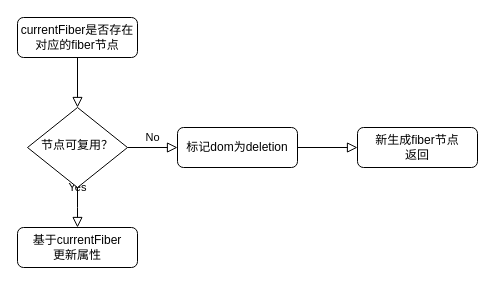
Earlier version of the draw.io diagram singleElementDIff.drawio (littlelady2015/yctea). Source tidied: cells renumbered, new cells numbered last; positions are measured from the earlier drawing's top-left corner, leaving out a move shared by most shapes. Both pictures are drawn from the tidied source at 100%, with x=0, y=0 at pixel (17, 17).
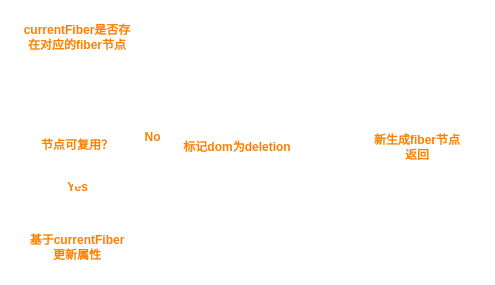
Above is the later version.

The edit, as a diff of the source:
```diff
@@
 <mxGraphModel>
   <root>
     <mxCell id="0" />
     <mxCell id="1" parent="0" />
-    <mxCell id="2" style="rounded=0;html=1;jettySize=auto;fontSize=11;endArrow=block;endFill=0;endSize=8;strokeWidth=1;shadow=0;labelBackgroundColor=none;edgeStyle=orthogonalEdgeStyle;" parent="1" edge="1" source="3" target="6">
+    <mxCell id="2" style="rounded=0;html=1;jettySize=auto;fontSize=12;endArrow=block;endFill=0;endSize=8;strokeWidth=1;shadow=0;labelBackgroundColor=none;edgeStyle=orthogonalEdgeStyle;strokeColor=#FFFFFF;fontColor=#FF8000;labelBorderColor=none;fontStyle=1;" parent="1" edge="1" source="3" target="6">
       <mxGeometry relative="1" as="geometry" />
     </mxCell>
-    <mxCell id="3" value="currentFiber是否存在对应的fiber节点" style="rounded=1;whiteSpace=wrap;html=1;fontSize=12;glass=0;strokeWidth=1;shadow=0;" parent="1" vertex="1">
+    <mxCell id="3" value="currentFiber是否存在对应的fiber节点" style="rounded=1;whiteSpace=wrap;html=1;fontSize=12;glass=0;strokeWidth=1;shadow=0;strokeColor=#FFFFFF;fontColor=#FF8000;labelBorderColor=none;fontStyle=1;" parent="1" vertex="1">
       <mxGeometry width="120" height="40" as="geometry" />
     </mxCell>
-    <mxCell id="4" value="Yes" style="rounded=0;html=1;jettySize=auto;fontSize=11;endArrow=block;endFill=0;endSize=8;strokeWidth=1;shadow=0;labelBackgroundColor=none;edgeStyle=orthogonalEdgeStyle;" parent="1" edge="1" source="6">
+    <mxCell id="4" value="Yes" style="rounded=0;html=1;jettySize=auto;fontSize=12;endArrow=block;endFill=0;endSize=8;strokeWidth=1;shadow=0;labelBackgroundColor=none;edgeStyle=orthogonalEdgeStyle;strokeColor=#FFFFFF;fontColor=#FF8000;labelBorderColor=none;fontStyle=1;" parent="1" edge="1" source="6">
       <mxGeometry y="20" relative="1" as="geometry">
         <mxPoint x="60" y="210" as="targetPoint" />
       </mxGeometry>
     </mxCell>
-    <mxCell id="5" value="No" style="edgeStyle=orthogonalEdgeStyle;rounded=0;html=1;jettySize=auto;fontSize=11;endArrow=block;endFill=0;endSize=8;strokeWidth=1;shadow=0;labelBackgroundColor=none;" parent="1" edge="1" source="6" target="7">
+    <mxCell id="5" value="No" style="edgeStyle=orthogonalEdgeStyle;rounded=0;html=1;jettySize=auto;fontSize=12;endArrow=block;endFill=0;endSize=8;strokeWidth=1;shadow=0;labelBackgroundColor=none;strokeColor=#FFFFFF;fontColor=#FF8000;labelBorderColor=none;fontStyle=1;" parent="1" edge="1" source="6" target="7">
       <mxGeometry y="10" relative="1" as="geometry" />
     </mxCell>
-    <mxCell id="6" value="节点可复用？" style="rhombus;whiteSpace=wrap;html=1;shadow=0;fontFamily=Helvetica;fontSize=12;align=center;strokeWidth=1;spacing=6;spacingTop=-4;" parent="1" vertex="1">
+    <mxCell id="6" value="节点可复用？" style="rhombus;whiteSpace=wrap;html=1;shadow=0;fontFamily=Helvetica;fontSize=12;align=center;strokeWidth=1;spacing=6;spacingTop=-4;strokeColor=#FFFFFF;fontColor=#FF8000;labelBorderColor=none;fontStyle=1;" parent="1" vertex="1">
       <mxGeometry x="10" y="90" width="100" height="80" as="geometry" />
     </mxCell>
-    <mxCell id="7" value="标记dom为deletion" style="rounded=1;whiteSpace=wrap;html=1;fontSize=12;glass=0;strokeWidth=1;shadow=0;" parent="1" vertex="1">
+    <mxCell id="7" value="标记dom为deletion" style="rounded=1;whiteSpace=wrap;html=1;fontSize=12;glass=0;strokeWidth=1;shadow=0;strokeColor=#FFFFFF;fontColor=#FF8000;labelBorderColor=none;fontStyle=1;" parent="1" vertex="1">
       <mxGeometry x="160" y="110" width="120" height="40" as="geometry" />
     </mxCell>
-    <mxCell id="8" value="基于currentFiber&lt;br&gt;更新属性" style="rounded=1;whiteSpace=wrap;html=1;fontSize=12;glass=0;strokeWidth=1;shadow=0;" parent="1" vertex="1">
+    <mxCell id="8" value="基于currentFiber&lt;br style=&quot;font-size: 12px;&quot;&gt;更新属性" style="rounded=1;whiteSpace=wrap;html=1;fontSize=12;glass=0;strokeWidth=1;shadow=0;strokeColor=#FFFFFF;fontColor=#FF8000;labelBorderColor=none;fontStyle=1;" parent="1" vertex="1">
       <mxGeometry y="210" width="120" height="40" as="geometry" />
     </mxCell>
-    <mxCell id="9" value="新生成fiber节点&lt;br&gt;返回" style="rounded=1;whiteSpace=wrap;html=1;fontSize=12;glass=0;strokeWidth=1;shadow=0;" parent="1" vertex="1">
+    <mxCell id="9" value="新生成fiber节点&lt;br style=&quot;font-size: 12px;&quot;&gt;返回" style="rounded=1;whiteSpace=wrap;html=1;fontSize=12;glass=0;strokeWidth=1;shadow=0;strokeColor=#FFFFFF;fontColor=#FF8000;labelBorderColor=none;fontStyle=1;" parent="1" vertex="1">
       <mxGeometry x="340" y="110" width="120" height="40" as="geometry" />
     </mxCell>
-    <mxCell id="10" style="edgeStyle=orthogonalEdgeStyle;rounded=0;html=1;jettySize=auto;fontSize=11;endArrow=block;endFill=0;endSize=8;strokeWidth=1;shadow=0;labelBackgroundColor=none;exitX=1;exitY=0.5;exitDx=0;exitDy=0;entryX=0;entryY=0.5;entryDx=0;entryDy=0;" parent="1" edge="1" source="7" target="9">
+    <mxCell id="10" style="edgeStyle=orthogonalEdgeStyle;rounded=0;html=1;jettySize=auto;fontSize=12;endArrow=block;endFill=0;endSize=8;strokeWidth=1;shadow=0;labelBackgroundColor=none;exitX=1;exitY=0.5;exitDx=0;exitDy=0;entryX=0;entryY=0.5;entryDx=0;entryDy=0;strokeColor=#FFFFFF;fontColor=#FF8000;labelBorderColor=none;fontStyle=1;" parent="1" edge="1" source="7" target="9">
       <mxGeometry y="10" relative="1" as="geometry" />
     </mxCell>
   </root>
 </mxGraphModel>
```
